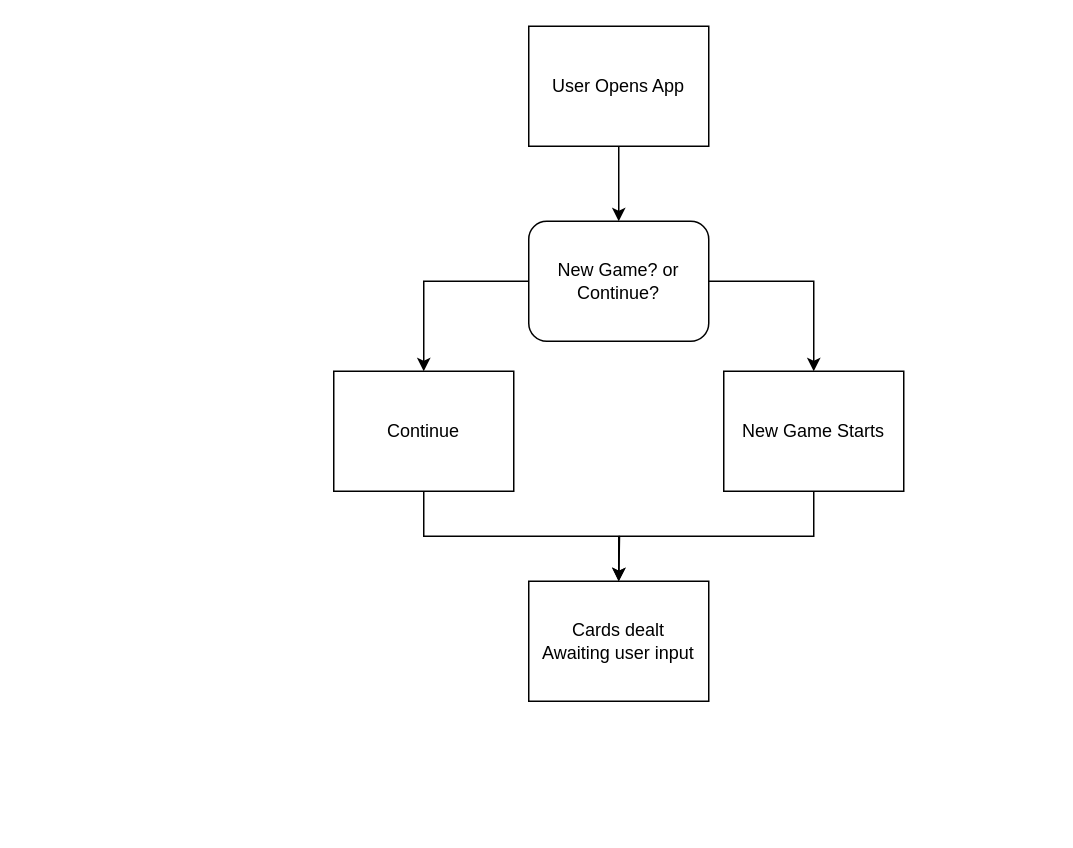
Before: Untitled Diagram.drawio in raul0422/Solitaire, a draw.io diagram. Source tidied: cells renumbered, new cells numbered last; positions are measured from the earlier drawing's top-left corner, leaving out a move shared by most shapes. Both pictures are drawn from the tidied source at 150%, with x=0, y=0 at pixel (333, 26).
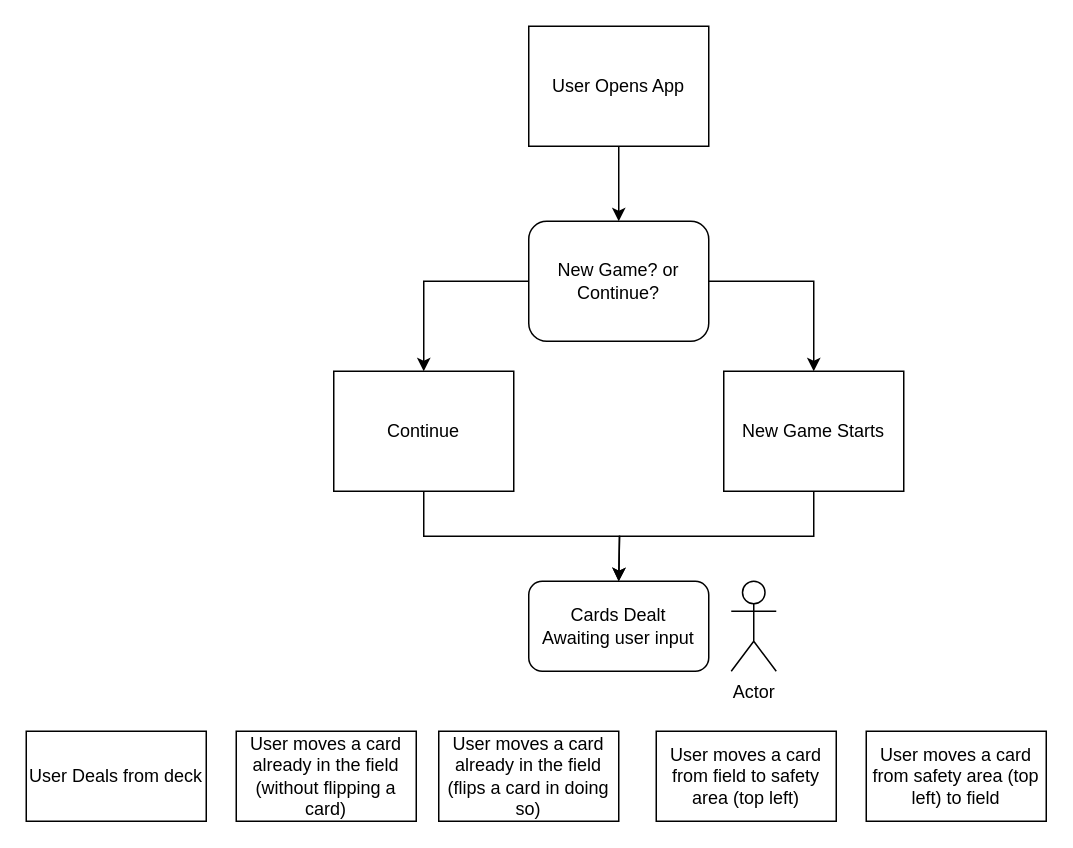
After the change.

The edit, as a diff of the source:
```diff
@@
 <mxGraphModel>
   <root>
     <mxCell id="0" />
     <mxCell id="1" parent="0" />
     <mxCell id="2" style="edgeStyle=orthogonalEdgeStyle;rounded=0;jettySize=auto;html=1;" parent="1" edge="1" source="3" target="6">
       <mxGeometry relative="1" as="geometry" />
     </mxCell>
     <mxCell id="3" value="User Opens App" style="rounded=0;whiteSpace=wrap;html=1;" parent="1" vertex="1">
       <mxGeometry x="130" width="120" height="80" as="geometry" />
     </mxCell>
     <mxCell id="4" style="edgeStyle=orthogonalEdgeStyle;rounded=0;jettySize=auto;html=1;" parent="1" edge="1" source="6" target="8">
       <mxGeometry relative="1" as="geometry" />
     </mxCell>
     <mxCell id="5" style="edgeStyle=orthogonalEdgeStyle;rounded=0;jettySize=auto;html=1;" parent="1" edge="1" source="6" target="10">
       <mxGeometry relative="1" as="geometry" />
     </mxCell>
     <mxCell id="6" value="New Game? or&lt;br&gt;Continue?" style="rounded=1;whiteSpace=wrap;html=1;glass=0;" parent="1" vertex="1">
       <mxGeometry x="130" y="130" width="120" height="80" as="geometry" />
     </mxCell>
     <mxCell id="7" style="edgeStyle=orthogonalEdgeStyle;rounded=0;jettySize=auto;html=1;exitX=0.5;exitY=1;exitDx=0;exitDy=0;" parent="1" edge="1" source="8">
       <mxGeometry relative="1" as="geometry">
         <mxPoint x="190" y="370" as="targetPoint" />
       </mxGeometry>
     </mxCell>
     <mxCell id="8" value="New Game Starts" style="rounded=0;whiteSpace=wrap;html=1;" parent="1" vertex="1">
       <mxGeometry x="260" y="230" width="120" height="80" as="geometry" />
     </mxCell>
-    <mxCell id="9" style="edgeStyle=orthogonalEdgeStyle;rounded=0;jettySize=auto;html=1;exitX=0.5;exitY=1;exitDx=0;exitDy=0;" parent="1" edge="1" source="10" target="11">
-      <mxGeometry relative="1" as="geometry" />
+    <mxCell id="9" style="edgeStyle=orthogonalEdgeStyle;rounded=0;jettySize=auto;html=1;exitX=0.5;exitY=1;exitDx=0;exitDy=0;" parent="1" edge="1" source="10">
+      <mxGeometry relative="1" as="geometry">
+        <mxPoint x="190" y="370" as="targetPoint" />
+      </mxGeometry>
     </mxCell>
     <mxCell id="10" value="Continue" style="rounded=0;whiteSpace=wrap;html=1;" parent="1" vertex="1">
       <mxGeometry y="230" width="120" height="80" as="geometry" />
     </mxCell>
-    <mxCell id="11" value="Cards dealt&lt;br&gt;Awaiting user input" style="rounded=0;whiteSpace=wrap;html=1;" parent="1" vertex="1">
-      <mxGeometry x="130" y="370" width="120" height="80" as="geometry" />
-    </mxCell>
+    <mxCell id="12" value="Actor" style="shape=umlActor;verticalLabelPosition=bottom;verticalAlign=top;html=1;" parent="1" vertex="1">
+      <mxGeometry x="265" y="370" width="30" height="60" as="geometry" />
+    </mxCell>
+    <mxCell id="13" value="Cards Dealt&lt;br&gt;Awaiting user input" style="rounded=1;whiteSpace=wrap;html=1;" parent="1" vertex="1">
+      <mxGeometry x="130" y="370" width="120" height="60" as="geometry" />
+    </mxCell>
+    <mxCell id="14" value="User Deals from deck" style="rounded=0;whiteSpace=wrap;html=1;" parent="1" vertex="1">
+      <mxGeometry x="-205" y="470" width="120" height="60" as="geometry" />
+    </mxCell>
+    <mxCell id="15" value="User moves a card already in the field&lt;br&gt;(without flipping a card)" style="rounded=0;whiteSpace=wrap;html=1;" parent="1" vertex="1">
+      <mxGeometry x="-65" y="470" width="120" height="60" as="geometry" />
+    </mxCell>
+    <mxCell id="16" value="User moves a card from field to safety area (top left)" style="rounded=0;whiteSpace=wrap;html=1;" parent="1" vertex="1">
+      <mxGeometry x="215" y="470" width="120" height="60" as="geometry" />
+    </mxCell>
+    <mxCell id="17" value="User moves a card already in the field&lt;br&gt;(flips a card in doing so)" style="rounded=0;whiteSpace=wrap;html=1;" parent="1" vertex="1">
+      <mxGeometry x="70" y="470" width="120" height="60" as="geometry" />
+    </mxCell>
+    <mxCell id="18" value="User moves a card from safety area (top left) to field" style="rounded=0;whiteSpace=wrap;html=1;" parent="1" vertex="1">
+      <mxGeometry x="355" y="470" width="120" height="60" as="geometry" />
+    </mxCell>
   </root>
 </mxGraphModel>
```
